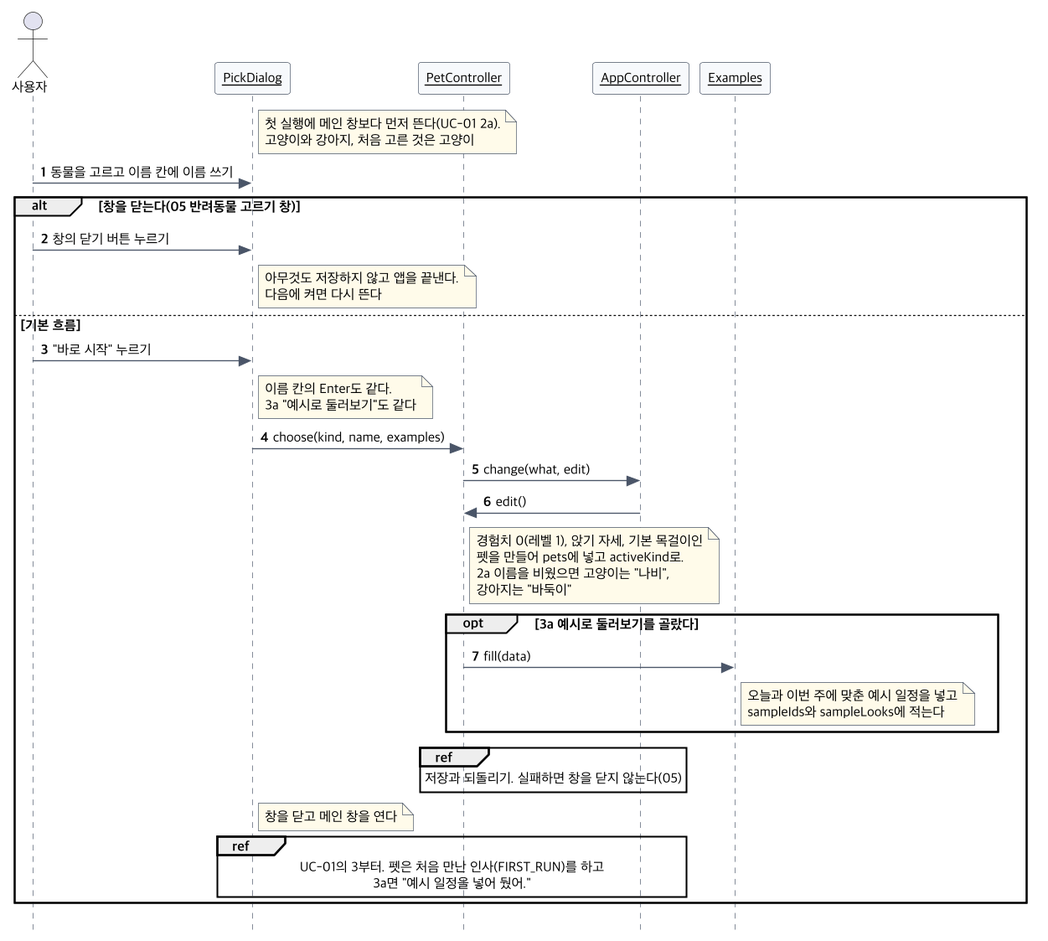
2026-2-software-system-design-11/planning-pet-app keeps this PlantUML diagram as docs/diagrams/seq-uc17.png. Above is the earlier version. Its diagram source:
```plantuml
@startuml seq-uc17
!include seq-common.iuml
actor 사용자
$obj(PickDialog)
$obj(PetController)
$obj(AppController)
$obj(Examples)
note right of PickDialog : 첫 실행에 메인 창보다 먼저 뜬다(UC-01 2a).\n고양이와 강아지, 처음 고른 것은 고양이
사용자 -> PickDialog : 동물을 고르고 이름 칸에 이름 쓰기
alt 창을 닫는다(05 반려동물 고르기 창)
  사용자 -> PickDialog : 창의 닫기 버튼 누르기
  note right of PickDialog : 아무것도 저장하지 않고 앱을 끝낸다.\n다음에 켜면 다시 뜬다
else 기본 흐름
  사용자 -> PickDialog : "바로 시작" 누르기
  note right of PickDialog : 이름 칸의 Enter도 같다.\n3a "예시로 둘러보기"도 같다
  PickDialog -> PetController : choose(kind, name, examples)
  PetController -> AppController : change(what, edit)
  AppController -> PetController : edit()
  note right of PetController : 경험치 0(레벨 1), 앉기 자세, 기본 목걸이인\n펫을 만들어 pets에 넣고 activeKind로.\n2a 이름을 비웠으면 고양이는 "나비",\n강아지는 "바둑이"
  opt 3a 예시로 둘러보기를 골랐다
    PetController -> Examples : fill(data)
    note right of Examples : 오늘과 이번 주에 맞춘 예시 일정을 넣고\nsampleIds와 sampleLooks에 적는다
  end
  ref over PetController, AppController : 저장과 되돌리기. 실패하면 창을 닫지 않는다(05)
  note right of PickDialog : 창을 닫고 메인 창을 연다
  ref over PickDialog, AppController : UC-01의 3부터. 펫은 처음 만난 인사(FIRST_RUN)를 하고\n3a면 "예시 일정을 넣어 뒀어."
end
@enduml
```
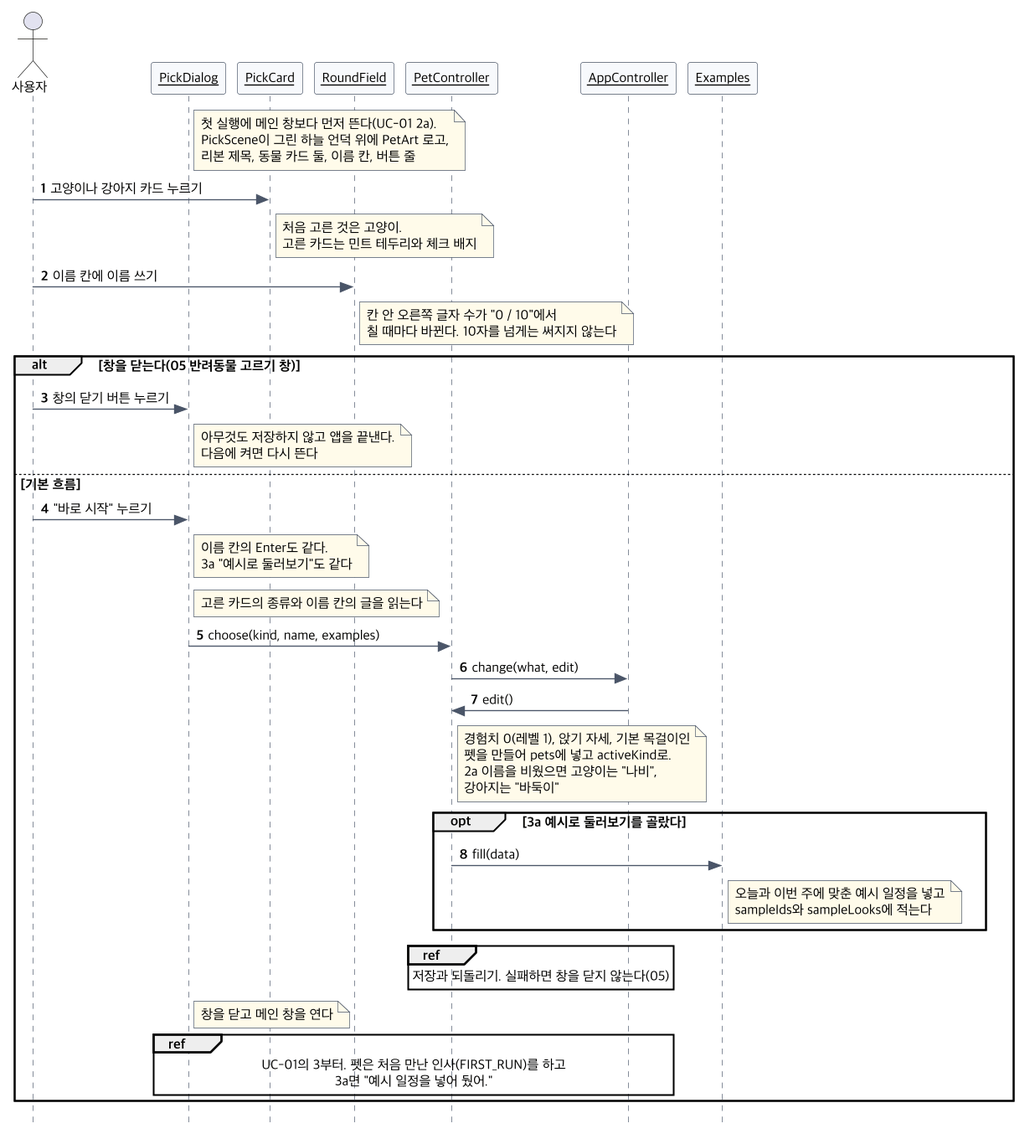
The same file after the commit.

Commit message:
docs(pet): 04 UC-17 그림에 동물 카드 PickCard와 이름 칸 RoundField 넣기 (#316)

동물 고르기는 PickCard, 이름 쓰기는 RoundField로 받고, 칸 안 글자 수 표시와 PickScene 장면, PetArt 로고를 노트에 적었다.

What changed in the source:
```diff
@@ -2,17 +2,23 @@
 !include seq-common.iuml
 actor 사용자
 $obj(PickDialog)
+$obj(PickCard)
+$obj(RoundField)
 $obj(PetController)
 $obj(AppController)
 $obj(Examples)
-note right of PickDialog : 첫 실행에 메인 창보다 먼저 뜬다(UC-01 2a).\n고양이와 강아지, 처음 고른 것은 고양이
-사용자 -> PickDialog : 동물을 고르고 이름 칸에 이름 쓰기
+note right of PickDialog : 첫 실행에 메인 창보다 먼저 뜬다(UC-01 2a).\nPickScene이 그린 하늘 언덕 위에 PetArt 로고,\n리본 제목, 동물 카드 둘, 이름 칸, 버튼 줄
+사용자 -> PickCard : 고양이나 강아지 카드 누르기
+note right of PickCard : 처음 고른 것은 고양이.\n고른 카드는 민트 테두리와 체크 배지
+사용자 -> RoundField : 이름 칸에 이름 쓰기
+note right of RoundField : 칸 안 오른쪽 글자 수가 "0 / 10"에서\n칠 때마다 바뀐다. 10자를 넘게는 써지지 않는다
 alt 창을 닫는다(05 반려동물 고르기 창)
   사용자 -> PickDialog : 창의 닫기 버튼 누르기
   note right of PickDialog : 아무것도 저장하지 않고 앱을 끝낸다.\n다음에 켜면 다시 뜬다
 else 기본 흐름
   사용자 -> PickDialog : "바로 시작" 누르기
   note right of PickDialog : 이름 칸의 Enter도 같다.\n3a "예시로 둘러보기"도 같다
+  note right of PickDialog : 고른 카드의 종류와 이름 칸의 글을 읽는다
   PickDialog -> PetController : choose(kind, name, examples)
   PetController -> AppController : change(what, edit)
   AppController -> PetController : edit()
```
